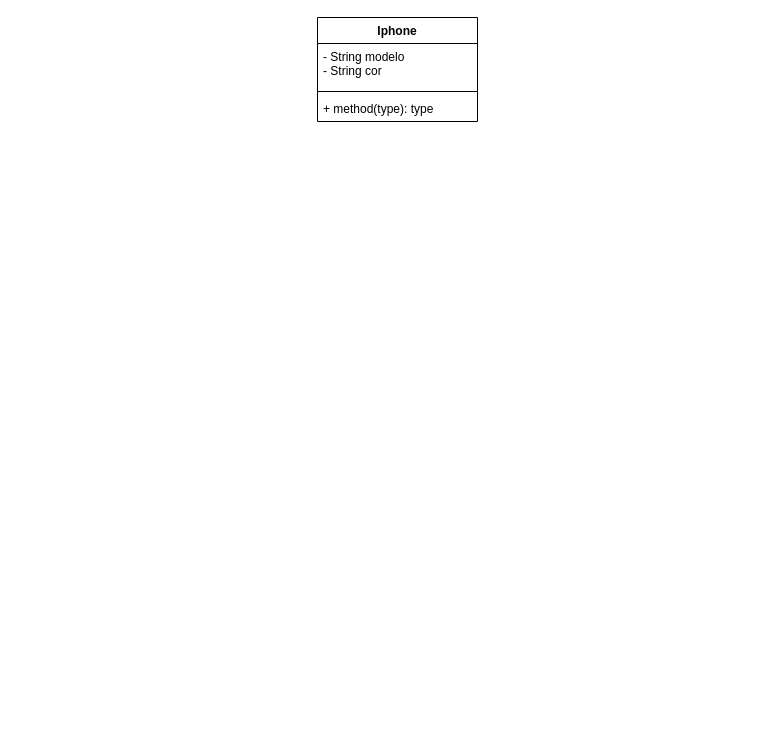
Above: Untitled Diagram.drawio in xkyurax/uml-java-dio (draw.io), before the change. Source tidied: cells renumbered, new cells numbered last; positions are measured from the earlier drawing's top-left corner, leaving out a move shared by most shapes. Both pictures are drawn from the tidied source at 100%, with x=0, y=0 at pixel (317, 17).
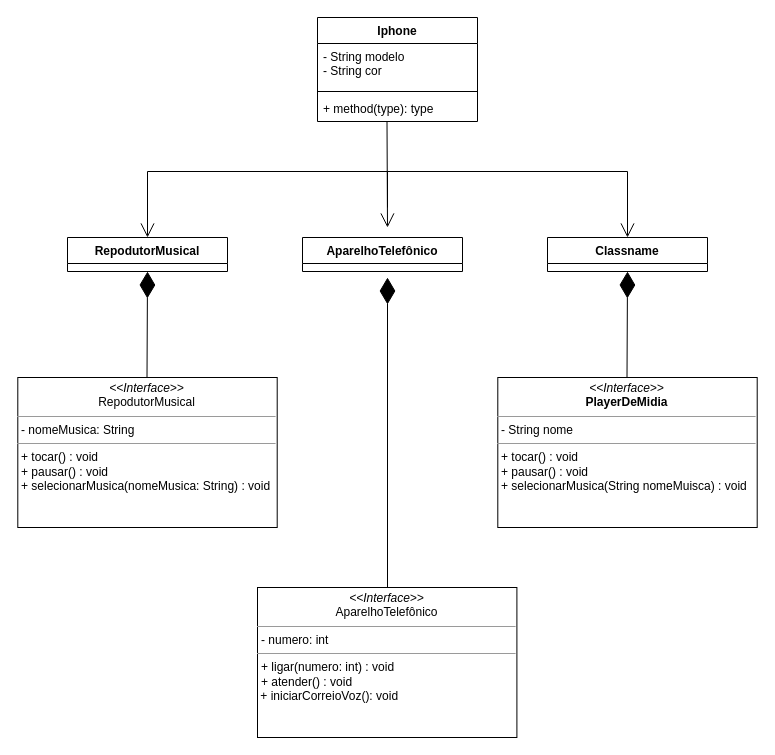
The same diagram, later.

Diff of the diagram source:
```diff
@@
+    <mxCell id="6" style="endArrow=open;endFill=1;endSize=12;html=1;rounded=0;entryX=0.5;entryY=0;entryDx=0;entryDy=0;" parent="1" edge="1">
+      <mxGeometry relative="1" as="geometry">
+        <mxPoint x="69.5" y="104" as="sourcePoint" />
+        <mxPoint x="70" y="210" as="targetPoint" />
+      </mxGeometry>
+    </mxCell>
+    <mxCell id="7" style="endArrow=open;endFill=1;endSize=12;html=1;rounded=0;" parent="1" edge="1">
+      <mxGeometry relative="1" as="geometry">
+        <mxPoint x="70" y="154" as="sourcePoint" />
+        <mxPoint x="-170" y="220" as="targetPoint" />
+        <Array as="points">
+          <mxPoint x="-170" y="154" />
+        </Array>
+      </mxGeometry>
+    </mxCell>
+    <mxCell id="8" style="endArrow=open;endFill=1;endSize=12;html=1;rounded=0;" parent="1" edge="1">
+      <mxGeometry relative="1" as="geometry">
+        <mxPoint x="70" y="190" as="sourcePoint" />
+        <mxPoint x="310" y="220" as="targetPoint" />
+        <Array as="points">
+          <mxPoint x="70" y="154" />
+          <mxPoint x="310" y="154" />
+        </Array>
+      </mxGeometry>
+    </mxCell>
+    <mxCell id="9" value="&lt;p style=&quot;margin:0px;margin-top:4px;text-align:center;&quot;&gt;&lt;i&gt;&amp;lt;&amp;lt;Interface&amp;gt;&amp;gt;&lt;/i&gt;&lt;br&gt;RepodutorMusical&lt;br&gt;&lt;/p&gt;&lt;hr size=&quot;1&quot;&gt;&lt;p style=&quot;margin:0px;margin-left:4px;&quot;&gt;- nomeMusica: String&lt;/p&gt;&lt;hr size=&quot;1&quot;&gt;&lt;p style=&quot;margin:0px;margin-left:4px;&quot;&gt;+ tocar() : void&lt;br&gt;+ pausar() : void&lt;br&gt;&lt;/p&gt;&lt;p style=&quot;margin:0px;margin-left:4px;&quot;&gt;+ selecionarMusica&lt;span style=&quot;background-color: initial;&quot;&gt;(nomeMusica: String) : void&lt;/span&gt;&lt;/p&gt;" style="verticalAlign=top;align=left;overflow=fill;fontSize=12;fontFamily=Helvetica;html=1;whiteSpace=wrap;" parent="1" vertex="1">
+      <mxGeometry x="-299.7" y="360" width="259.4" height="150" as="geometry" />
+    </mxCell>
+    <mxCell id="10" value="RepodutorMusical" style="swimlane;fontStyle=1;align=center;verticalAlign=top;horizontal=1;startSize=26;whiteSpace=wrap;html=1;" parent="1" vertex="1">
+      <mxGeometry x="-250" y="220" width="160" height="34" as="geometry" />
+    </mxCell>
+    <mxCell id="11" value="AparelhoTelefônico" style="swimlane;fontStyle=1;align=center;verticalAlign=top;horizontal=1;startSize=26;whiteSpace=wrap;html=1;" parent="1" vertex="1">
+      <mxGeometry x="-15" y="220" width="160" height="34" as="geometry" />
+    </mxCell>
+    <mxCell id="12" style="endArrow=diamondThin;endFill=1;endSize=24;html=1;rounded=0;entryX=0.5;entryY=1;entryDx=0;entryDy=0;" parent="1" edge="1" target="10">
+      <mxGeometry relative="1" as="geometry">
+        <mxPoint x="-170.5" y="360" as="sourcePoint" />
+      </mxGeometry>
+    </mxCell>
+    <mxCell id="13" style="endArrow=diamondThin;endFill=1;endSize=24;html=1;rounded=0;" parent="1" edge="1">
+      <mxGeometry relative="1" as="geometry">
+        <mxPoint x="70" y="570" as="sourcePoint" />
+        <mxPoint x="70" y="260" as="targetPoint" />
+      </mxGeometry>
+    </mxCell>
+    <mxCell id="14" style="endArrow=diamondThin;endFill=1;endSize=24;html=1;rounded=0;entryX=0.5;entryY=1;entryDx=0;entryDy=0;" parent="1" edge="1" target="15">
+      <mxGeometry relative="1" as="geometry">
+        <mxPoint x="309.5" y="360" as="sourcePoint" />
+      </mxGeometry>
+    </mxCell>
+    <mxCell id="15" value="Classname" style="swimlane;fontStyle=1;align=center;verticalAlign=top;horizontal=1;startSize=26;whiteSpace=wrap;html=1;" parent="1" vertex="1">
+      <mxGeometry x="230" y="220" width="160" height="34" as="geometry" />
+    </mxCell>
+    <mxCell id="16" value="&lt;p style=&quot;margin:0px;margin-top:4px;text-align:center;&quot;&gt;&lt;i&gt;&amp;lt;&amp;lt;Interface&amp;gt;&amp;gt;&lt;/i&gt;&lt;br&gt;AparelhoTelefônico&lt;br&gt;&lt;/p&gt;&lt;hr size=&quot;1&quot;&gt;&lt;p style=&quot;margin:0px;margin-left:4px;&quot;&gt;- numero: int&lt;/p&gt;&lt;hr size=&quot;1&quot;&gt;&lt;p style=&quot;margin:0px;margin-left:4px;&quot;&gt;+&amp;nbsp;ligar(numero: int) : void&lt;br&gt;+ atender() : void&lt;/p&gt;&amp;nbsp;+ iniciarCorreioVoz(): void" style="verticalAlign=top;align=left;overflow=fill;fontSize=12;fontFamily=Helvetica;html=1;whiteSpace=wrap;" parent="1" vertex="1">
+      <mxGeometry x="-60" y="570" width="259.4" height="150" as="geometry" />
+    </mxCell>
+    <mxCell id="17" value="&lt;p style=&quot;margin:0px;margin-top:4px;text-align:center;&quot;&gt;&lt;i&gt;&amp;lt;&amp;lt;Interface&amp;gt;&amp;gt;&lt;/i&gt;&lt;br&gt;&lt;b&gt;PlayerDeMidia&lt;/b&gt;&lt;/p&gt;&lt;hr size=&quot;1&quot;&gt;&lt;p style=&quot;margin:0px;margin-left:4px;&quot;&gt;- String nome&lt;/p&gt;&lt;hr size=&quot;1&quot;&gt;&lt;p style=&quot;margin:0px;margin-left:4px;&quot;&gt;+ tocar() : void&lt;br&gt;+ pausar() : void&lt;br&gt;&lt;/p&gt;&lt;p style=&quot;margin:0px;margin-left:4px;&quot;&gt;+ selecionarMusica&lt;span style=&quot;background-color: initial;&quot;&gt;(String nomeMuisca) : void&lt;/span&gt;&lt;/p&gt;" style="verticalAlign=top;align=left;overflow=fill;fontSize=12;fontFamily=Helvetica;html=1;whiteSpace=wrap;" parent="1" vertex="1">
+      <mxGeometry x="180.3" y="360" width="259.4" height="150" as="geometry" />
+    </mxCell>
```
